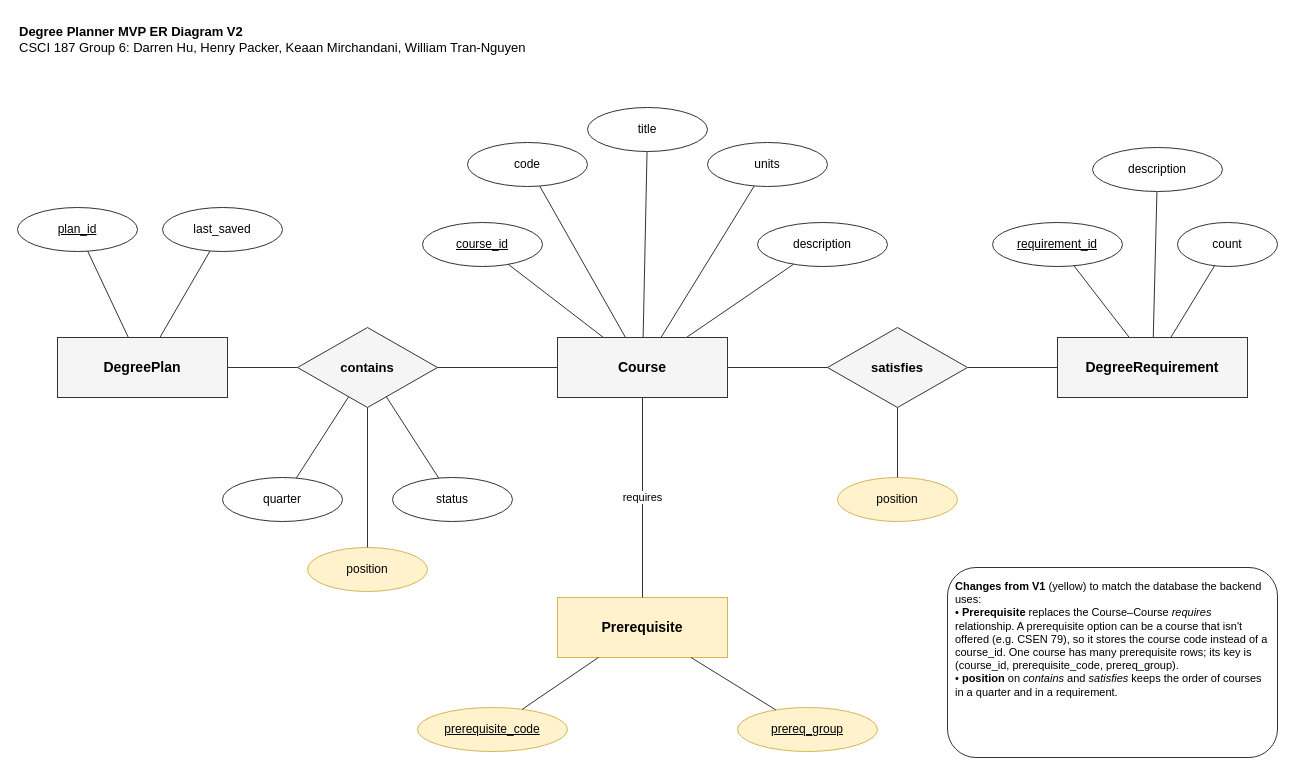
Earlier version of the draw.io diagram docs/er-diagram-v2.drawio (Keaanm/csci187-degree-planner). Source tidied: cells renumbered, new cells numbered last; positions are measured from the earlier drawing's top-left corner, leaving out a move shared by most shapes. Both pictures are drawn from the tidied source at 100%, with x=0, y=0 at pixel (17, 17).
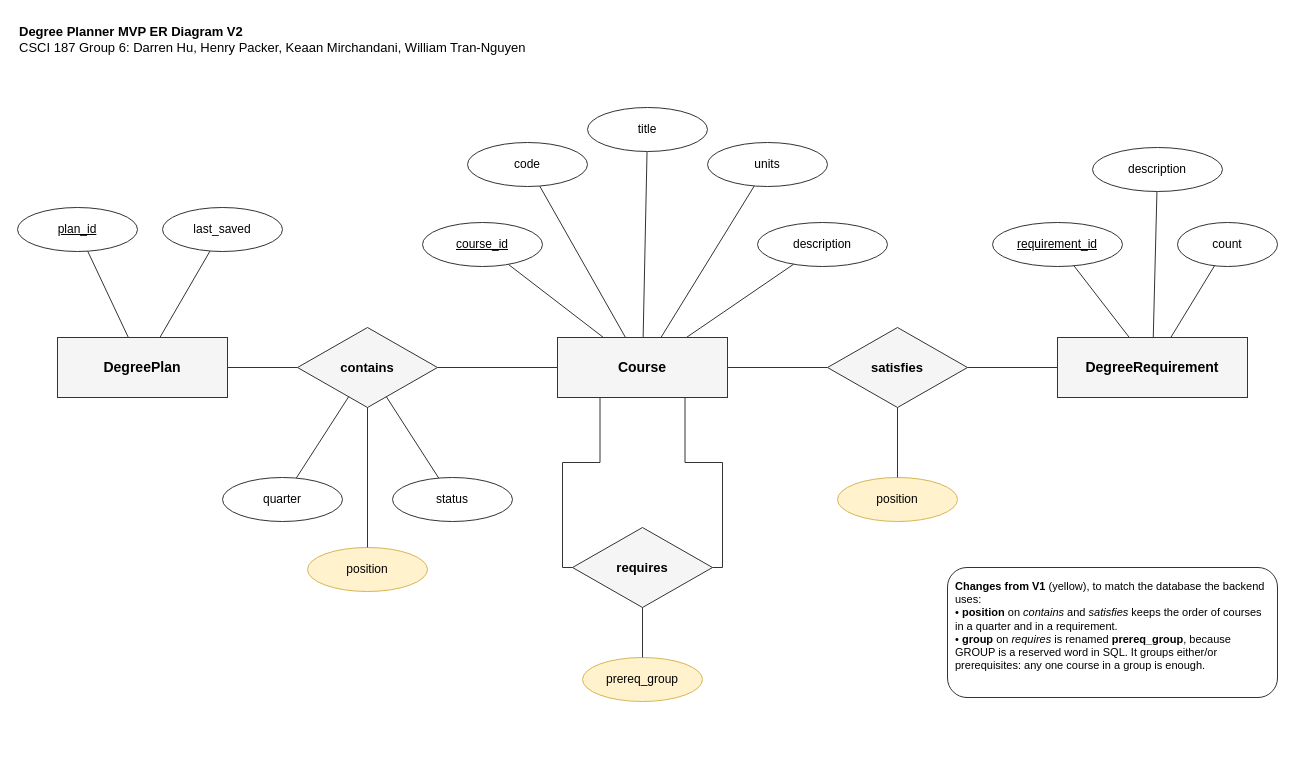
The same diagram, later.

Commit message (it also covers changes not shown here):
Update ER diagram V2, lookup tests and API.md for the new course data

- ER: requires is a Course-Course relationship again (prerequisites are
  course ids), with prereq_group; drop the separate Prerequisite entity
- Course lookup tests include the new engineering courses
- API.md: the server checks that every prerequisite is in courses.json

Unchanged cells that the change refers to:
```xml
<mxCell id="5" value="Course" style="rounded=0;whiteSpace=wrap;html=1;fillColor=#f5f5f5;fontStyle=1;fontSize=14;strokeColor=#333333;" parent="1" vertex="1">
  <mxGeometry x="540" y="320" width="170" height="60" as="geometry" />
</mxCell>
```

The edit, as a diff of the source:
```diff
@@
-    <mxCell id="8" value="Prerequisite" style="rounded=0;whiteSpace=wrap;html=1;fillColor=#f5f5f5;fontStyle=1;fontSize=14;strokeColor=#333333;fillColor=#fff2cc;strokeColor=#d6b656;" parent="1" vertex="1">
-      <mxGeometry x="540" y="580" width="170" height="60" as="geometry" />
-    </mxCell>
+    <mxCell id="13" value="requires" style="rhombus;whiteSpace=wrap;html=1;fillColor=#f5f5f5;fontStyle=1;fontSize=13;strokeColor=#333333;" parent="1" vertex="1">
+      <mxGeometry x="555" y="510" width="140" height="80" as="geometry" />
+    </mxCell>
@@
-    <mxCell id="13" value="requires" style="endArrow=none;html=1;rounded=0;strokeColor=#333333;" parent="1" edge="1" source="5" target="8">
-      <mxGeometry relative="1" as="geometry" />
-    </mxCell>
+    <mxCell id="47" style="endArrow=none;html=1;rounded=0;edgeStyle=orthogonalEdgeStyle;exitX=0;exitY=0.5;entryX=0.25;entryY=1;strokeColor=#333333;" parent="1" edge="1" source="13" target="5">
+      <mxGeometry relative="1" as="geometry" />
+    </mxCell>
+    <mxCell id="48" style="endArrow=none;html=1;rounded=0;edgeStyle=orthogonalEdgeStyle;exitX=1;exitY=0.5;entryX=0.75;entryY=1;strokeColor=#333333;" parent="1" edge="1" source="13" target="5">
+      <mxGeometry relative="1" as="geometry" />
+    </mxCell>
@@
-    <mxCell id="42" value="prerequisite_code" style="ellipse;whiteSpace=wrap;html=1;fillColor=#fff2cc;fontSize=12;strokeColor=#d6b656;fontStyle=4;" parent="1" vertex="1">
-      <mxGeometry x="400" y="690" width="150" height="44" as="geometry" />
-    </mxCell>
-    <mxCell id="43" style="endArrow=none;html=1;rounded=0;strokeColor=#333333;" parent="1" edge="1" source="8" target="42">
-      <mxGeometry relative="1" as="geometry" />
-    </mxCell>
-    <mxCell id="44" value="prereq_group" style="ellipse;whiteSpace=wrap;html=1;fillColor=#fff2cc;fontSize=12;strokeColor=#d6b656;fontStyle=4;" parent="1" vertex="1">
-      <mxGeometry x="720" y="690" width="140" height="44" as="geometry" />
+    <mxCell id="44" value="prereq_group" style="ellipse;whiteSpace=wrap;html=1;fillColor=#fff2cc;fontSize=12;strokeColor=#d6b656;" parent="1" vertex="1">
+      <mxGeometry x="565" y="640" width="120" height="44" as="geometry" />
     </mxCell>
-    <mxCell id="45" style="endArrow=none;html=1;rounded=0;strokeColor=#333333;" parent="1" edge="1" source="8" target="44">
-      <mxGeometry relative="1" as="geometry" />
-    </mxCell>
-    <mxCell id="46" value="&lt;b&gt;Changes from V1&lt;/b&gt; (yellow) to match the database the backend uses:&lt;br&gt;• &lt;b&gt;Prerequisite&lt;/b&gt; replaces the Course–Course &lt;i&gt;requires&lt;/i&gt; relationship. A prerequisite option can be a course that isn't offered (e.g. CSEN 79), so it stores the course code instead of a course_id. One course has many prerequisite rows; its key is (course_id, prerequisite_code, prereq_group).&lt;br&gt;• &lt;b&gt;position&lt;/b&gt; on &lt;i&gt;contains&lt;/i&gt; and &lt;i&gt;satisfies&lt;/i&gt; keeps the order of courses in a quarter and in a requirement." style="rounded=1;whiteSpace=wrap;html=1;align=left;verticalAlign=top;fontSize=11;spacing=8;fillColor=#ffffff;strokeColor=#333333;" parent="1" vertex="1">
-      <mxGeometry x="930" y="550" width="330" height="190" as="geometry" />
-    </mxCell>
+    <mxCell id="49" style="endArrow=none;html=1;rounded=0;strokeColor=#333333;" parent="1" edge="1" source="13" target="44">
+      <mxGeometry relative="1" as="geometry" />
+    </mxCell>
+    <mxCell id="50" value="&lt;b&gt;Changes from V1&lt;/b&gt; (yellow), to match the database the backend uses:&lt;br&gt;• &lt;b&gt;position&lt;/b&gt; on &lt;i&gt;contains&lt;/i&gt; and &lt;i&gt;satisfies&lt;/i&gt; keeps the order of courses in a quarter and in a requirement.&lt;br&gt;• &lt;b&gt;group&lt;/b&gt; on &lt;i&gt;requires&lt;/i&gt; is renamed &lt;b&gt;prereq_group&lt;/b&gt;, because GROUP is a reserved word in SQL. It groups either/or prerequisites: any one course in a group is enough." style="rounded=1;whiteSpace=wrap;html=1;align=left;verticalAlign=top;fontSize=11;spacing=8;fillColor=#ffffff;strokeColor=#333333;" parent="1" vertex="1">
+      <mxGeometry x="930" y="550" width="330" height="130" as="geometry" />
+    </mxCell>
```
